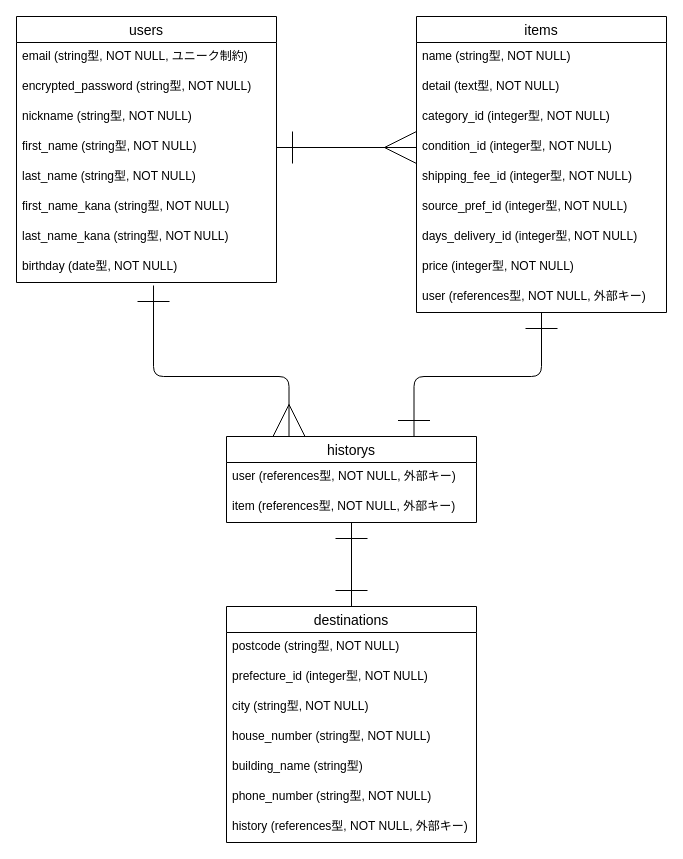
Before: ER.dio in yuyan884/furima-38296, a draw.io diagram. Source tidied: cells renumbered, new cells numbered last; positions are measured from the earlier drawing's top-left corner, leaving out a move shared by most shapes. Both pictures are drawn from the tidied source at 100%, with x=0, y=0 at pixel (16, 16).
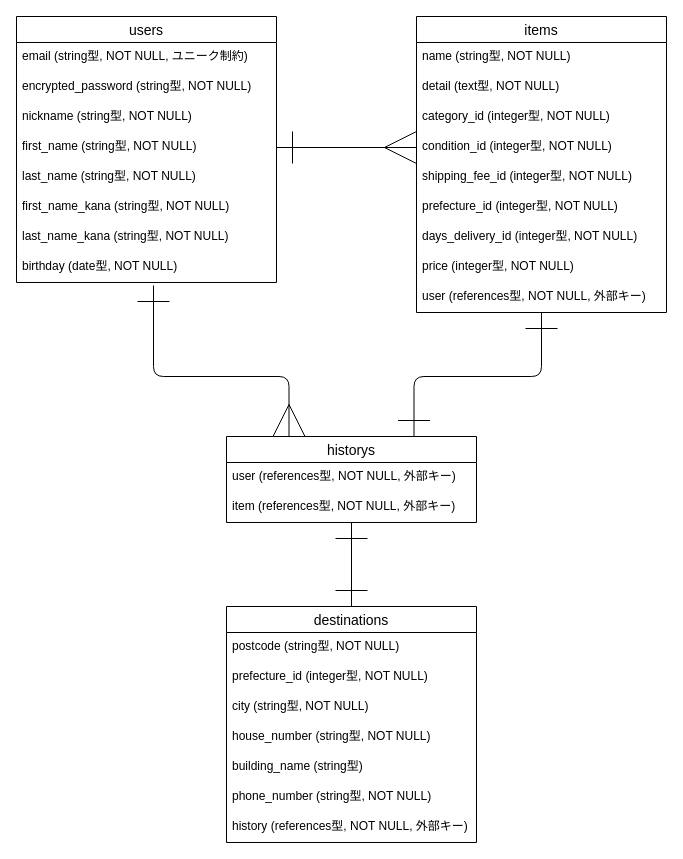
The same diagram, later.

Commit message (it also covers changes not shown here):
都道府県idのカラム名をprefecture_idに統一

Unchanged cells that the change refers to:
```xml
<mxCell id="11" value="items" style="swimlane;fontStyle=0;horizontal=1;startSize=26;align=center;fontSize=14;" parent="1" vertex="1">
  <mxGeometry x="400" width="250" height="296" as="geometry" />
</mxCell>
```

Change to the diagram source:
```diff
@@
-    <mxCell id="17" value="source_pref_id (integer型, NOT NULL)" style="text;strokeColor=none;fillColor=none;spacingLeft=4;spacingRight=4;overflow=hidden;fontSize=12;" parent="11" vertex="1">
+    <mxCell id="17" value="prefecture_id (integer型, NOT NULL)" style="text;strokeColor=none;fillColor=none;spacingLeft=4;spacingRight=4;overflow=hidden;fontSize=12;" parent="11" vertex="1">
       <mxGeometry y="176" width="250" height="30" as="geometry" />
     </mxCell>
```
